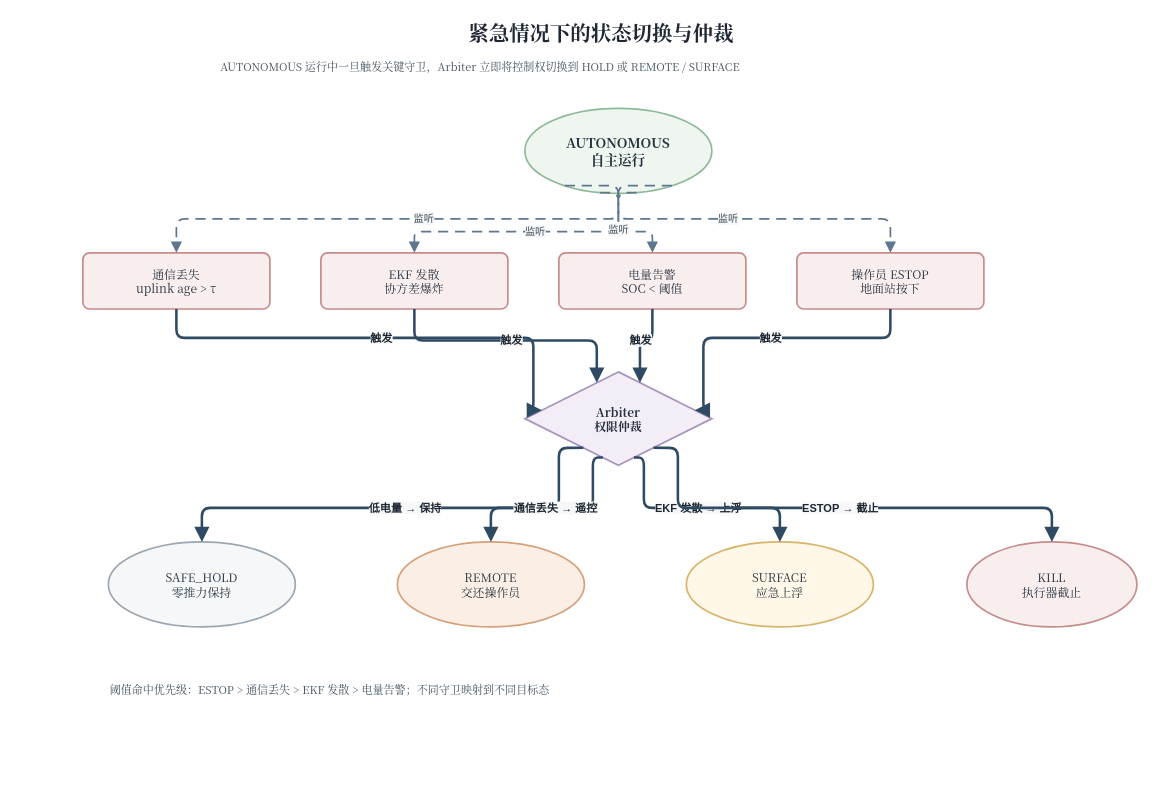
Earlier version of the draw.io diagram docs/thesis/figures/architecture/auv_v2_emergency_transition.drawio (360ZMEM/AUV-Master-Project). Source tidied: cells renumbered, new cells numbered last; positions are measured from the earlier drawing's top-left corner, leaving out a move shared by most shapes. Both pictures are drawn from the tidied source at 85%, with x=0, y=0 at pixel (82, 14).
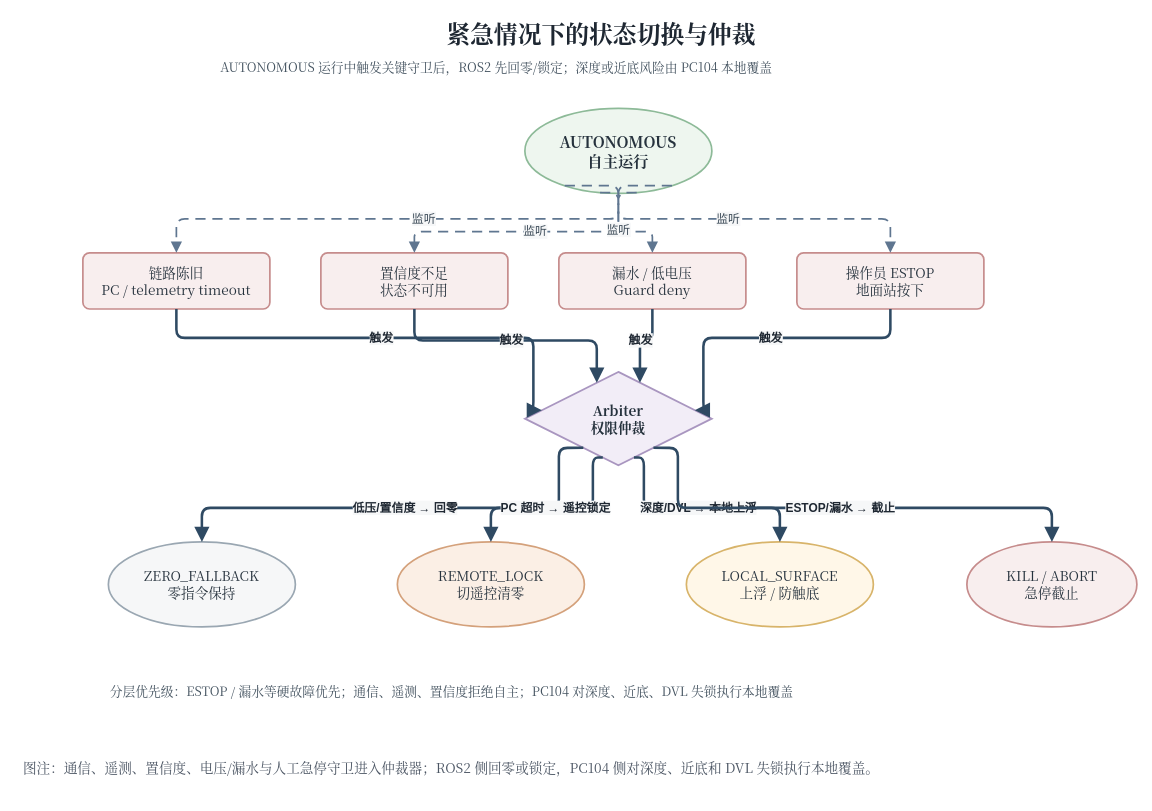
Above is the later version.

What changed in the source:
```diff
@@
-    <mxCell id="2" value="紧急情况下的状态切换与仲裁" style="text;html=1;strokeColor=none;fillColor=none;align=center;verticalAlign=middle;whiteSpace=wrap;rounded=0;fontFamily=Noto Serif CJK SC,Times New Roman;fontSize=24;fontStyle=1;fontColor=#1E2732;" parent="1" vertex="1">
+    <mxCell id="2" value="紧急情况下的状态切换与仲裁" style="text;html=1;strokeColor=none;fillColor=none;align=center;verticalAlign=middle;whiteSpace=wrap;rounded=0;fontFamily=Noto Serif CJK SC,Times New Roman;fontSize=28;fontStyle=1;fontColor=#1E2732;" parent="1" vertex="1">
       <mxGeometry x="280" width="660" height="42" as="geometry" />
     </mxCell>
-    <mxCell id="3" value="AUTONOMOUS 运行中一旦触发关键守卫，Arbiter 立即将控制权切换到 HOLD 或 REMOTE / SURFACE" style="text;html=1;strokeColor=none;fillColor=none;align=left;verticalAlign=top;whiteSpace=wrap;rounded=0;fontFamily=Noto Serif CJK SC,Times New Roman;fontSize=13;fontColor=#43525F;" parent="1" vertex="1">
+    <mxCell id="3" value="AUTONOMOUS 运行中触发关键守卫后，ROS2 先回零/锁定；深度或近底风险由 PC104 本地覆盖" style="text;html=1;strokeColor=none;fillColor=none;align=left;verticalAlign=top;whiteSpace=wrap;rounded=0;fontFamily=Noto Serif CJK SC,Times New Roman;fontSize=15;fontColor=#43525F;" parent="1" vertex="1">
       <mxGeometry x="160" y="46" width="900" height="34" as="geometry" />
     </mxCell>
-    <mxCell id="4" value="AUTONOMOUS&#10;自主运行" style="ellipse;whiteSpace=wrap;html=1;fillColor=#EEF6EF;strokeColor=#8DBA98;strokeWidth=2;fontFamily=Noto Serif CJK SC,Times New Roman;fontSize=14;fontColor=#26323D;fontStyle=1;fontSize=16;" parent="1" vertex="1">
+    <mxCell id="4" value="AUTONOMOUS&#10;自主运行" style="ellipse;whiteSpace=wrap;html=1;fillColor=#EEF6EF;strokeColor=#8DBA98;strokeWidth=2;fontFamily=Noto Serif CJK SC,Times New Roman;fontSize=16;fontColor=#26323D;fontStyle=1;fontSize=18;" parent="1" vertex="1">
       <mxGeometry x="520" y="110" width="220" height="100" as="geometry" />
     </mxCell>
-    <mxCell id="5" value="通信丢失&#10;uplink age &gt; τ" style="rounded=1;whiteSpace=wrap;html=1;arcSize=12;fillColor=#F8EEEE;strokeColor=#C68C8C;strokeWidth=2;spacing=8;shadow=0;fontFamily=Noto Serif CJK SC,Times New Roman;fontSize=14;fontColor=#26323D;" parent="1" vertex="1">
+    <mxCell id="5" value="链路陈旧&#10;PC / telemetry timeout" style="rounded=1;whiteSpace=wrap;html=1;arcSize=12;fillColor=#F8EEEE;strokeColor=#C68C8C;strokeWidth=2;spacing=8;shadow=0;fontFamily=Noto Serif CJK SC,Times New Roman;fontSize=16;fontColor=#26323D;" parent="1" vertex="1">
       <mxGeometry y="280" width="220" height="66" as="geometry" />
     </mxCell>
-    <mxCell id="6" value="EKF 发散&#10;协方差爆炸" style="rounded=1;whiteSpace=wrap;html=1;arcSize=12;fillColor=#F8EEEE;strokeColor=#C68C8C;strokeWidth=2;spacing=8;shadow=0;fontFamily=Noto Serif CJK SC,Times New Roman;fontSize=14;fontColor=#26323D;" parent="1" vertex="1">
+    <mxCell id="6" value="置信度不足&#10;状态不可用" style="rounded=1;whiteSpace=wrap;html=1;arcSize=12;fillColor=#F8EEEE;strokeColor=#C68C8C;strokeWidth=2;spacing=8;shadow=0;fontFamily=Noto Serif CJK SC,Times New Roman;fontSize=16;fontColor=#26323D;" parent="1" vertex="1">
       <mxGeometry x="280" y="280" width="220" height="66" as="geometry" />
     </mxCell>
-    <mxCell id="7" value="电量告警&#10;SOC &lt; 阈值" style="rounded=1;whiteSpace=wrap;html=1;arcSize=12;fillColor=#F8EEEE;strokeColor=#C68C8C;strokeWidth=2;spacing=8;shadow=0;fontFamily=Noto Serif CJK SC,Times New Roman;fontSize=14;fontColor=#26323D;" parent="1" vertex="1">
+    <mxCell id="7" value="漏水 / 低电压&#10;Guard deny" style="rounded=1;whiteSpace=wrap;html=1;arcSize=12;fillColor=#F8EEEE;strokeColor=#C68C8C;strokeWidth=2;spacing=8;shadow=0;fontFamily=Noto Serif CJK SC,Times New Roman;fontSize=16;fontColor=#26323D;" parent="1" vertex="1">
       <mxGeometry x="560" y="280" width="220" height="66" as="geometry" />
     </mxCell>
-    <mxCell id="8" value="操作员 ESTOP&#10;地面站按下" style="rounded=1;whiteSpace=wrap;html=1;arcSize=12;fillColor=#F8EEEE;strokeColor=#C68C8C;strokeWidth=2;spacing=8;shadow=0;fontFamily=Noto Serif CJK SC,Times New Roman;fontSize=14;fontColor=#26323D;" parent="1" vertex="1">
+    <mxCell id="8" value="操作员 ESTOP&#10;地面站按下" style="rounded=1;whiteSpace=wrap;html=1;arcSize=12;fillColor=#F8EEEE;strokeColor=#C68C8C;strokeWidth=2;spacing=8;shadow=0;fontFamily=Noto Serif CJK SC,Times New Roman;fontSize=16;fontColor=#26323D;" parent="1" vertex="1">
       <mxGeometry x="840" y="280" width="220" height="66" as="geometry" />
     </mxCell>
-    <mxCell id="9" value="Arbiter&#10;权限仲裁" style="rhombus;whiteSpace=wrap;html=1;fillColor=#F2EDF7;strokeColor=#A996C0;strokeWidth=2;fontFamily=Noto Serif CJK SC,Times New Roman;fontSize=14;fontColor=#26323D;fontStyle=1;" parent="1" vertex="1">
+    <mxCell id="9" value="Arbiter&#10;权限仲裁" style="rhombus;whiteSpace=wrap;html=1;fillColor=#F2EDF7;strokeColor=#A996C0;strokeWidth=2;fontFamily=Noto Serif CJK SC,Times New Roman;fontSize=16;fontColor=#26323D;fontStyle=1;" parent="1" vertex="1">
       <mxGeometry x="520" y="420" width="220" height="110" as="geometry" />
     </mxCell>
-    <mxCell id="10" value="SAFE_HOLD&#10;零推力保持" style="ellipse;whiteSpace=wrap;html=1;fillColor=#F6F7F8;strokeColor=#9AA7B2;strokeWidth=2;fontFamily=Noto Serif CJK SC,Times New Roman;fontSize=14;fontColor=#26323D;" parent="1" vertex="1">
+    <mxCell id="10" value="ZERO_FALLBACK&#10;零指令保持" style="ellipse;whiteSpace=wrap;html=1;fillColor=#F6F7F8;strokeColor=#9AA7B2;strokeWidth=2;fontFamily=Noto Serif CJK SC,Times New Roman;fontSize=16;fontColor=#26323D;" parent="1" vertex="1">
       <mxGeometry x="30" y="620" width="220" height="100" as="geometry" />
     </mxCell>
-    <mxCell id="11" value="REMOTE&#10;交还操作员" style="ellipse;whiteSpace=wrap;html=1;fillColor=#FBEFE5;strokeColor=#D4A17B;strokeWidth=2;fontFamily=Noto Serif CJK SC,Times New Roman;fontSize=14;fontColor=#26323D;" parent="1" vertex="1">
+    <mxCell id="11" value="REMOTE_LOCK&#10;切遥控清零" style="ellipse;whiteSpace=wrap;html=1;fillColor=#FBEFE5;strokeColor=#D4A17B;strokeWidth=2;fontFamily=Noto Serif CJK SC,Times New Roman;fontSize=16;fontColor=#26323D;" parent="1" vertex="1">
       <mxGeometry x="370" y="620" width="220" height="100" as="geometry" />
     </mxCell>
-    <mxCell id="12" value="SURFACE&#10;应急上浮" style="ellipse;whiteSpace=wrap;html=1;fillColor=#FFF7E8;strokeColor=#D8B46A;strokeWidth=2;fontFamily=Noto Serif CJK SC,Times New Roman;fontSize=14;fontColor=#26323D;" parent="1" vertex="1">
+    <mxCell id="12" value="LOCAL_SURFACE&#10;上浮 / 防触底" style="ellipse;whiteSpace=wrap;html=1;fillColor=#FFF7E8;strokeColor=#D8B46A;strokeWidth=2;fontFamily=Noto Serif CJK SC,Times New Roman;fontSize=16;fontColor=#26323D;" parent="1" vertex="1">
       <mxGeometry x="710" y="620" width="220" height="100" as="geometry" />
     </mxCell>
-    <mxCell id="13" value="KILL&#10;执行器截止" style="ellipse;whiteSpace=wrap;html=1;fillColor=#F8EEEE;strokeColor=#C68C8C;strokeWidth=2;fontFamily=Noto Serif CJK SC,Times New Roman;fontSize=14;fontColor=#26323D;" parent="1" vertex="1">
+    <mxCell id="13" value="KILL / ABORT&#10;急停截止" style="ellipse;whiteSpace=wrap;html=1;fillColor=#F8EEEE;strokeColor=#C68C8C;strokeWidth=2;fontFamily=Noto Serif CJK SC,Times New Roman;fontSize=16;fontColor=#26323D;" parent="1" vertex="1">
       <mxGeometry x="1040" y="620" width="200" height="100" as="geometry" />
     </mxCell>
-    <mxCell id="14" value="阈值命中优先级：ESTOP &gt; 通信丢失 &gt; EKF 发散 &gt; 电量告警；不同守卫映射到不同目标态" style="text;html=1;strokeColor=none;fillColor=none;align=left;verticalAlign=top;whiteSpace=wrap;rounded=0;fontFamily=Noto Serif CJK SC,Times New Roman;fontSize=13;fontColor=#43525F;" parent="1" vertex="1">
+    <mxCell id="14" value="分层优先级：ESTOP / 漏水等硬故障优先；通信、遥测、置信度拒绝自主；PC104 对深度、近底、DVL 失锁执行本地覆盖" style="text;html=1;strokeColor=none;fillColor=none;align=left;verticalAlign=top;whiteSpace=wrap;rounded=0;fontFamily=Noto Serif CJK SC,Times New Roman;fontSize=15;fontColor=#43525F;" parent="1" vertex="1">
       <mxGeometry x="30" y="780" width="1180" height="34" as="geometry" />
     </mxCell>
-    <mxCell id="15" value="监听" style="edgeStyle=orthogonalEdgeStyle;rounded=1;jettySize=auto;html=1;strokeColor=#5F7690;fontColor=#3B4A57;fontSize=12;strokeWidth=2;labelBackgroundColor=#F6F7F8;labelBorderColor=none;endArrow=block;endFill=1;endSize=8;dashed=1;dashPattern=6 4;exitX=0.15;exitY=1;entryX=0.5;entryY=0;" parent="1" edge="1" source="4" target="5">
+    <mxCell id="15" value="监听" style="edgeStyle=orthogonalEdgeStyle;rounded=1;jettySize=auto;html=1;strokeColor=#5F7690;fontColor=#3B4A57;fontSize=14;strokeWidth=2;labelBackgroundColor=#F6F7F8;labelBorderColor=none;endArrow=block;endFill=1;endSize=8;dashed=1;dashPattern=6 4;exitX=0.15;exitY=1;entryX=0.5;entryY=0;" parent="1" edge="1" source="4" target="5">
       <mxGeometry relative="1" as="geometry">
         <Array as="points">
           <mxPoint x="630" y="240" />
           <mxPoint x="110" y="240" />
         </Array>
       </mxGeometry>
     </mxCell>
-    <mxCell id="16" value="监听" style="edgeStyle=orthogonalEdgeStyle;rounded=1;jettySize=auto;html=1;strokeColor=#5F7690;fontColor=#3B4A57;fontSize=12;strokeWidth=2;labelBackgroundColor=#F6F7F8;labelBorderColor=none;endArrow=block;endFill=1;endSize=8;dashed=1;dashPattern=6 4;exitX=0.4;exitY=1;entryX=0.5;entryY=0;" parent="1" edge="1" source="4" target="6">
+    <mxCell id="16" value="监听" style="edgeStyle=orthogonalEdgeStyle;rounded=1;jettySize=auto;html=1;strokeColor=#5F7690;fontColor=#3B4A57;fontSize=14;strokeWidth=2;labelBackgroundColor=#F6F7F8;labelBorderColor=none;endArrow=block;endFill=1;endSize=8;dashed=1;dashPattern=6 4;exitX=0.4;exitY=1;entryX=0.5;entryY=0;" parent="1" edge="1" source="4" target="6">
       <mxGeometry relative="1" as="geometry">
         <Array as="points">
           <mxPoint x="630" y="255" />
           <mxPoint x="390" y="255" />
         </Array>
       </mxGeometry>
     </mxCell>
-    <mxCell id="17" value="监听" style="edgeStyle=orthogonalEdgeStyle;rounded=1;jettySize=auto;html=1;strokeColor=#5F7690;fontColor=#3B4A57;fontSize=12;strokeWidth=2;labelBackgroundColor=#F6F7F8;labelBorderColor=none;endArrow=block;endFill=1;endSize=8;dashed=1;dashPattern=6 4;exitX=0.6;exitY=1;entryX=0.5;entryY=0;" parent="1" edge="1" source="4" target="7">
+    <mxCell id="17" value="监听" style="edgeStyle=orthogonalEdgeStyle;rounded=1;jettySize=auto;html=1;strokeColor=#5F7690;fontColor=#3B4A57;fontSize=14;strokeWidth=2;labelBackgroundColor=#F6F7F8;labelBorderColor=none;endArrow=block;endFill=1;endSize=8;dashed=1;dashPattern=6 4;exitX=0.6;exitY=1;entryX=0.5;entryY=0;" parent="1" edge="1" source="4" target="7">
       <mxGeometry relative="1" as="geometry">
         <Array as="points">
           <mxPoint x="630" y="255" />
           <mxPoint x="670" y="255" />
         </Array>
       </mxGeometry>
     </mxCell>
-    <mxCell id="18" value="监听" style="edgeStyle=orthogonalEdgeStyle;rounded=1;jettySize=auto;html=1;strokeColor=#5F7690;fontColor=#3B4A57;fontSize=12;strokeWidth=2;labelBackgroundColor=#F6F7F8;labelBorderColor=none;endArrow=block;endFill=1;endSize=8;dashed=1;dashPattern=6 4;exitX=0.85;exitY=1;entryX=0.5;entryY=0;" parent="1" edge="1" source="4" target="8">
+    <mxCell id="18" value="监听" style="edgeStyle=orthogonalEdgeStyle;rounded=1;jettySize=auto;html=1;strokeColor=#5F7690;fontColor=#3B4A57;fontSize=14;strokeWidth=2;labelBackgroundColor=#F6F7F8;labelBorderColor=none;endArrow=block;endFill=1;endSize=8;dashed=1;dashPattern=6 4;exitX=0.85;exitY=1;entryX=0.5;entryY=0;" parent="1" edge="1" source="4" target="8">
       <mxGeometry relative="1" as="geometry">
         <Array as="points">
           <mxPoint x="630" y="240" />
           <mxPoint x="950" y="240" />
         </Array>
       </mxGeometry>
     </mxCell>
-    <mxCell id="19" value="触发" style="edgeStyle=orthogonalEdgeStyle;rounded=1;jettySize=auto;html=1;strokeColor=#2F4A63;fontColor=#1E2732;fontSize=13;fontStyle=1;strokeWidth=3;labelBackgroundColor=#F6F7F8;labelBorderColor=none;endArrow=block;endFill=1;endSize=10;exitX=0.5;exitY=1;entryX=0.05;entryY=0.4;" parent="1" edge="1" source="5" target="9">
+    <mxCell id="19" value="触发" style="edgeStyle=orthogonalEdgeStyle;rounded=1;jettySize=auto;html=1;strokeColor=#2F4A63;fontColor=#1E2732;fontSize=14;fontStyle=1;strokeWidth=3;labelBackgroundColor=#F6F7F8;labelBorderColor=none;endArrow=block;endFill=1;endSize=10;exitX=0.5;exitY=1;entryX=0.05;entryY=0.4;" parent="1" edge="1" source="5" target="9">
       <mxGeometry relative="1" as="geometry">
         <Array as="points">
           <mxPoint x="110" y="380" />
           <mxPoint x="530" y="380" />
         </Array>
       </mxGeometry>
     </mxCell>
-    <mxCell id="20" value="触发" style="edgeStyle=orthogonalEdgeStyle;rounded=1;jettySize=auto;html=1;strokeColor=#2F4A63;fontColor=#1E2732;fontSize=13;fontStyle=1;strokeWidth=3;labelBackgroundColor=#F6F7F8;labelBorderColor=none;endArrow=block;endFill=1;endSize=10;exitX=0.5;exitY=1;entryX=0.35;entryY=0;" parent="1" edge="1" source="6" target="9">
+    <mxCell id="20" value="触发" style="edgeStyle=orthogonalEdgeStyle;rounded=1;jettySize=auto;html=1;strokeColor=#2F4A63;fontColor=#1E2732;fontSize=14;fontStyle=1;strokeWidth=3;labelBackgroundColor=#F6F7F8;labelBorderColor=none;endArrow=block;endFill=1;endSize=10;exitX=0.5;exitY=1;entryX=0.35;entryY=0;" parent="1" edge="1" source="6" target="9">
       <mxGeometry relative="1" as="geometry" />
     </mxCell>
-    <mxCell id="21" value="触发" style="edgeStyle=orthogonalEdgeStyle;rounded=1;jettySize=auto;html=1;strokeColor=#2F4A63;fontColor=#1E2732;fontSize=13;fontStyle=1;strokeWidth=3;labelBackgroundColor=#F6F7F8;labelBorderColor=none;endArrow=block;endFill=1;endSize=10;exitX=0.5;exitY=1;entryX=0.65;entryY=0;" parent="1" edge="1" source="7" target="9">
+    <mxCell id="21" value="触发" style="edgeStyle=orthogonalEdgeStyle;rounded=1;jettySize=auto;html=1;strokeColor=#2F4A63;fontColor=#1E2732;fontSize=14;fontStyle=1;strokeWidth=3;labelBackgroundColor=#F6F7F8;labelBorderColor=none;endArrow=block;endFill=1;endSize=10;exitX=0.5;exitY=1;entryX=0.65;entryY=0;" parent="1" edge="1" source="7" target="9">
       <mxGeometry relative="1" as="geometry" />
     </mxCell>
-    <mxCell id="22" value="触发" style="edgeStyle=orthogonalEdgeStyle;rounded=1;jettySize=auto;html=1;strokeColor=#2F4A63;fontColor=#1E2732;fontSize=13;fontStyle=1;strokeWidth=3;labelBackgroundColor=#F6F7F8;labelBorderColor=none;endArrow=block;endFill=1;endSize=10;exitX=0.5;exitY=1;entryX=0.95;entryY=0.4;" parent="1" edge="1" source="8" target="9">
+    <mxCell id="22" value="触发" style="edgeStyle=orthogonalEdgeStyle;rounded=1;jettySize=auto;html=1;strokeColor=#2F4A63;fontColor=#1E2732;fontSize=14;fontStyle=1;strokeWidth=3;labelBackgroundColor=#F6F7F8;labelBorderColor=none;endArrow=block;endFill=1;endSize=10;exitX=0.5;exitY=1;entryX=0.95;entryY=0.4;" parent="1" edge="1" source="8" target="9">
       <mxGeometry relative="1" as="geometry">
         <Array as="points">
           <mxPoint x="950" y="380" />
           <mxPoint x="730" y="380" />
         </Array>
       </mxGeometry>
     </mxCell>
-    <mxCell id="23" value="低电量 → 保持" style="edgeStyle=orthogonalEdgeStyle;rounded=1;jettySize=auto;html=1;strokeColor=#2F4A63;fontColor=#1E2732;fontSize=13;fontStyle=1;strokeWidth=3;labelBackgroundColor=#F6F7F8;labelBorderColor=none;endArrow=block;endFill=1;endSize=10;exitX=0.2;exitY=1;entryX=0.5;entryY=0;" parent="1" edge="1" source="9" target="10">
+    <mxCell id="23" value="低压/置信度 → 回零" style="edgeStyle=orthogonalEdgeStyle;rounded=1;jettySize=auto;html=1;strokeColor=#2F4A63;fontColor=#1E2732;fontSize=14;fontStyle=1;strokeWidth=3;labelBackgroundColor=#F6F7F8;labelBorderColor=none;endArrow=block;endFill=1;endSize=10;exitX=0.2;exitY=1;entryX=0.5;entryY=0;" parent="1" edge="1" source="9" target="10">
       <mxGeometry relative="1" as="geometry">
         <Array as="points">
           <mxPoint x="560" y="580" />
           <mxPoint x="140" y="580" />
         </Array>
       </mxGeometry>
     </mxCell>
-    <mxCell id="24" value="通信丢失 → 遥控" style="edgeStyle=orthogonalEdgeStyle;rounded=1;jettySize=auto;html=1;strokeColor=#2F4A63;fontColor=#1E2732;fontSize=13;fontStyle=1;strokeWidth=3;labelBackgroundColor=#F6F7F8;labelBorderColor=none;endArrow=block;endFill=1;endSize=10;exitX=0.4;exitY=1;entryX=0.5;entryY=0;" parent="1" edge="1" source="9" target="11">
+    <mxCell id="24" value="PC 超时 → 遥控锁定" style="edgeStyle=orthogonalEdgeStyle;rounded=1;jettySize=auto;html=1;strokeColor=#2F4A63;fontColor=#1E2732;fontSize=14;fontStyle=1;strokeWidth=3;labelBackgroundColor=#F6F7F8;labelBorderColor=none;endArrow=block;endFill=1;endSize=10;exitX=0.4;exitY=1;entryX=0.5;entryY=0;" parent="1" edge="1" source="9" target="11">
       <mxGeometry relative="1" as="geometry">
         <Array as="points">
           <mxPoint x="600" y="580" />
           <mxPoint x="480" y="580" />
         </Array>
       </mxGeometry>
     </mxCell>
-    <mxCell id="25" value="EKF 发散 → 上浮" style="edgeStyle=orthogonalEdgeStyle;rounded=1;jettySize=auto;html=1;strokeColor=#2F4A63;fontColor=#1E2732;fontSize=13;fontStyle=1;strokeWidth=3;labelBackgroundColor=#F6F7F8;labelBorderColor=none;endArrow=block;endFill=1;endSize=10;exitX=0.6;exitY=1;entryX=0.5;entryY=0;" parent="1" edge="1" source="9" target="12">
+    <mxCell id="25" value="深度/DVL → 本地上浮" style="edgeStyle=orthogonalEdgeStyle;rounded=1;jettySize=auto;html=1;strokeColor=#2F4A63;fontColor=#1E2732;fontSize=14;fontStyle=1;strokeWidth=3;labelBackgroundColor=#F6F7F8;labelBorderColor=none;endArrow=block;endFill=1;endSize=10;exitX=0.6;exitY=1;entryX=0.5;entryY=0;" parent="1" edge="1" source="9" target="12">
       <mxGeometry relative="1" as="geometry">
         <Array as="points">
           <mxPoint x="660" y="580" />
           <mxPoint x="820" y="580" />
         </Array>
       </mxGeometry>
     </mxCell>
-    <mxCell id="26" value="ESTOP → 截止" style="edgeStyle=orthogonalEdgeStyle;rounded=1;jettySize=auto;html=1;strokeColor=#2F4A63;fontColor=#1E2732;fontSize=13;fontStyle=1;strokeWidth=3;labelBackgroundColor=#F6F7F8;labelBorderColor=none;endArrow=block;endFill=1;endSize=10;exitX=0.8;exitY=1;entryX=0.5;entryY=0;" parent="1" edge="1" source="9" target="13">
+    <mxCell id="26" value="ESTOP/漏水 → 截止" style="edgeStyle=orthogonalEdgeStyle;rounded=1;jettySize=auto;html=1;strokeColor=#2F4A63;fontColor=#1E2732;fontSize=14;fontStyle=1;strokeWidth=3;labelBackgroundColor=#F6F7F8;labelBorderColor=none;endArrow=block;endFill=1;endSize=10;exitX=0.8;exitY=1;entryX=0.5;entryY=0;" parent="1" edge="1" source="9" target="13">
       <mxGeometry relative="1" as="geometry">
         <Array as="points">
           <mxPoint x="700" y="580" />
           <mxPoint x="1140" y="580" />
         </Array>
       </mxGeometry>
     </mxCell>
+    <mxCell id="27" value="图注：通信、遥测、置信度、电压/漏水与人工急停守卫进入仲裁器；ROS2 侧回零或锁定，PC104 侧对深度、近底和 DVL 失锁执行本地覆盖。" style="text;html=1;align=left;verticalAlign=middle;whiteSpace=wrap;fontFamily=Noto Serif CJK SC;fontSize=16;fontColor=#4B5563;spacingLeft=8;spacingRight=8;" parent="1" vertex="1">
+      <mxGeometry x="-80" y="850" width="1300" height="70" as="geometry" />
+    </mxCell>
```
